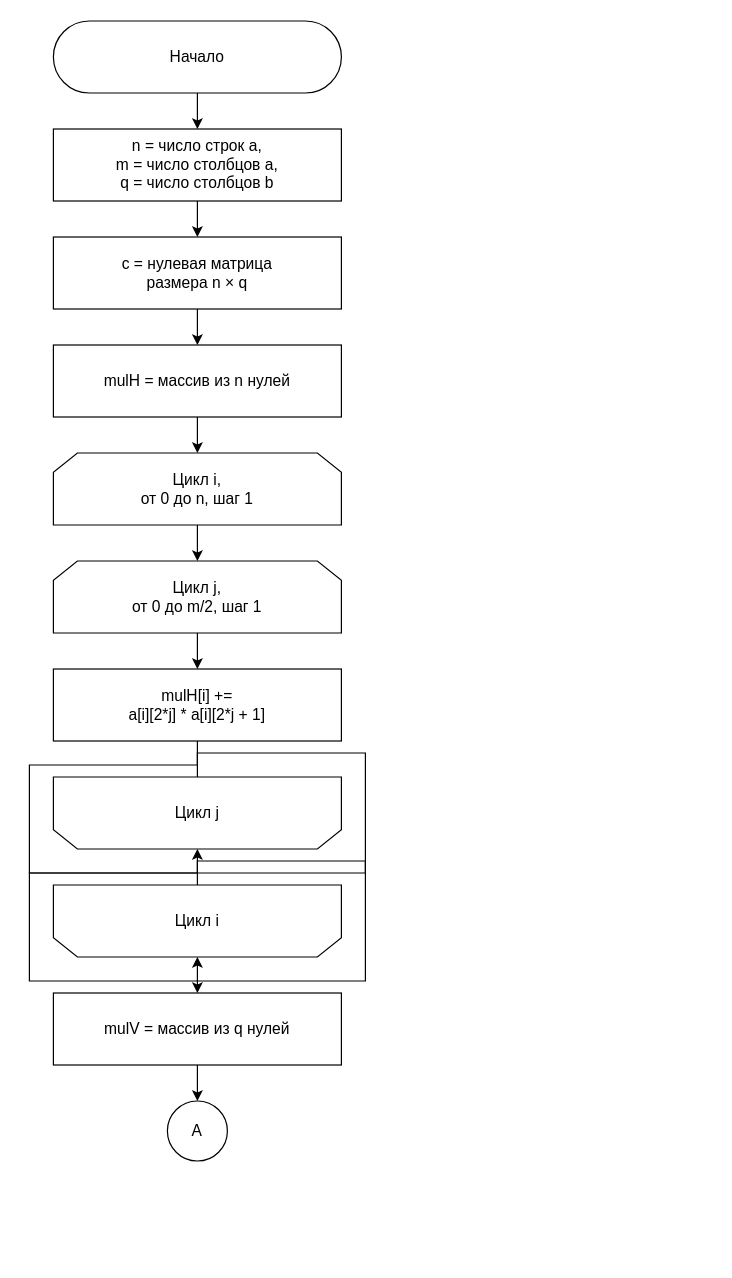
This is page "winograd-add-1" (6 of 9) of lab-02/report/algo.drawio from swilldi/bmstu-sem5-algorithm-analysis, a draw.io file, before an edit. Source tidied: cells renumbered, new cells numbered last; positions are measured from the earlier drawing's top-left corner, leaving out a move shared by most shapes. Both pictures are drawn from the tidied source at 120%, with x=0, y=0 at pixel (53, 20).
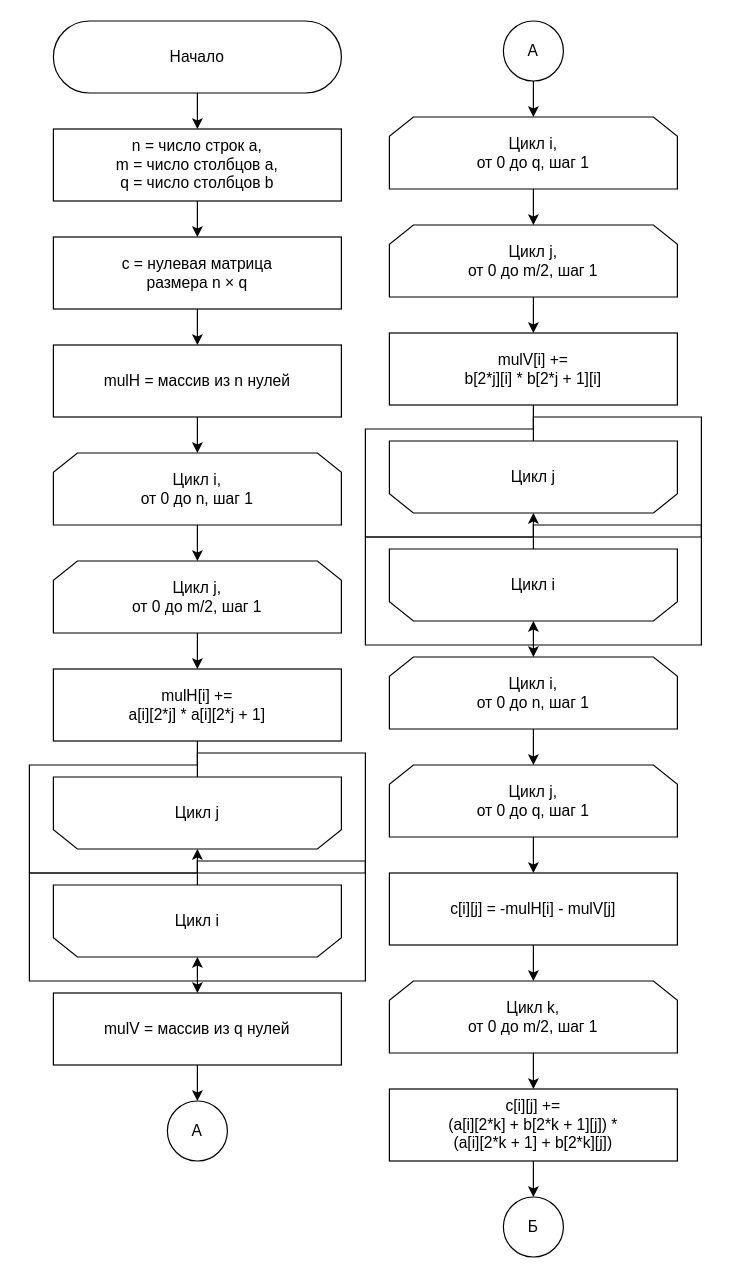
The same diagram, later.

What changed in the source:
```diff
@@
+    <mxCell id="23" value="А" style="ellipse;whiteSpace=wrap;html=1;fontSize=13;" parent="1" vertex="1">
+      <mxGeometry x="375" width="50" height="50" as="geometry" />
+    </mxCell>
+    <mxCell id="24" value="&lt;div&gt;Цикл i,&lt;/div&gt;&lt;div&gt;от 0 до q, шаг 1&lt;/div&gt;" style="shape=loopLimit;whiteSpace=wrap;html=1;fontSize=13;" parent="1" vertex="1">
+      <mxGeometry x="280" y="80" width="240" height="60" as="geometry" />
+    </mxCell>
+    <mxCell id="25" style="edgeStyle=orthogonalEdgeStyle;rounded=0;jettySize=auto;html=1;fontSize=13;entryX=0.5;entryY=0;entryDx=0;entryDy=0;" parent="1" edge="1" source="23" target="24">
+      <mxGeometry relative="1" as="geometry" />
+    </mxCell>
+    <mxCell id="26" value="&lt;div&gt;Цикл j,&lt;/div&gt;&lt;div&gt;от 0 до m/2, шаг 1&lt;/div&gt;" style="shape=loopLimit;whiteSpace=wrap;html=1;fontSize=13;" parent="1" vertex="1">
+      <mxGeometry x="280" y="170" width="240" height="60" as="geometry" />
+    </mxCell>
+    <mxCell id="27" style="edgeStyle=orthogonalEdgeStyle;rounded=0;jettySize=auto;html=1;fontSize=13;entryX=0.5;entryY=0;entryDx=0;entryDy=0;" parent="1" edge="1" source="24" target="26">
+      <mxGeometry relative="1" as="geometry" />
+    </mxCell>
+    <mxCell id="28" value="mulV[i] +=&lt;br&gt;b[2*j][i] * b[2*j + 1][i]" style="whiteSpace=wrap;html=1;fontSize=13;" parent="1" vertex="1">
+      <mxGeometry x="280" y="260" width="240" height="60" as="geometry" />
+    </mxCell>
+    <mxCell id="29" style="edgeStyle=orthogonalEdgeStyle;rounded=0;jettySize=auto;html=1;fontSize=13;entryX=0.5;entryY=0;entryDx=0;entryDy=0;" parent="1" edge="1" source="26" target="28">
+      <mxGeometry relative="1" as="geometry" />
+    </mxCell>
+    <mxCell id="30" value="Цикл j" style="shape=loopLimit;whiteSpace=wrap;html=1;fontSize=13;flipV=1;legacyAnchorPoints=0;" parent="1" vertex="1">
+      <mxGeometry x="280" y="350" width="240" height="60" as="geometry" />
+    </mxCell>
+    <mxCell id="31" style="edgeStyle=orthogonalEdgeStyle;rounded=0;jettySize=auto;html=1;fontSize=13;entryX=0.5;entryY=1;entryDx=0;entryDy=0;" parent="1" edge="1" source="28" target="30">
+      <mxGeometry relative="1" as="geometry" />
+    </mxCell>
+    <mxCell id="32" value="Цикл i" style="shape=loopLimit;whiteSpace=wrap;html=1;fontSize=13;flipV=1;legacyAnchorPoints=0;" parent="1" vertex="1">
+      <mxGeometry x="280" y="440" width="240" height="60" as="geometry" />
+    </mxCell>
+    <mxCell id="33" style="edgeStyle=orthogonalEdgeStyle;rounded=0;jettySize=auto;html=1;fontSize=13;entryX=0.5;entryY=1;entryDx=0;entryDy=0;exitX=0.5;exitY=0;exitDx=0;exitDy=0;" parent="1" edge="1" source="30" target="32">
+      <mxGeometry relative="1" as="geometry" />
+    </mxCell>
+    <mxCell id="34" value="&lt;div&gt;Цикл i,&lt;/div&gt;&lt;div&gt;от 0 до n, шаг 1&lt;/div&gt;" style="shape=loopLimit;whiteSpace=wrap;html=1;fontSize=13;" parent="1" vertex="1">
+      <mxGeometry x="280" y="530" width="240" height="60" as="geometry" />
+    </mxCell>
+    <mxCell id="35" style="edgeStyle=orthogonalEdgeStyle;rounded=0;jettySize=auto;html=1;fontSize=13;entryX=0.5;entryY=0;entryDx=0;entryDy=0;exitX=0.5;exitY=0;exitDx=0;exitDy=0;" parent="1" edge="1" source="32" target="34">
+      <mxGeometry relative="1" as="geometry" />
+    </mxCell>
+    <mxCell id="36" value="&lt;div&gt;Цикл j,&lt;/div&gt;&lt;div&gt;от 0 до q, шаг 1&lt;/div&gt;" style="shape=loopLimit;whiteSpace=wrap;html=1;fontSize=13;" parent="1" vertex="1">
+      <mxGeometry x="280" y="620" width="240" height="60" as="geometry" />
+    </mxCell>
+    <mxCell id="37" style="edgeStyle=orthogonalEdgeStyle;rounded=0;jettySize=auto;html=1;fontSize=13;entryX=0.5;entryY=0;entryDx=0;entryDy=0;" parent="1" edge="1" source="34" target="36">
+      <mxGeometry relative="1" as="geometry" />
+    </mxCell>
+    <mxCell id="38" value="c[i][j] = -mulH[i] - mulV[j]" style="whiteSpace=wrap;html=1;fontSize=13;" parent="1" vertex="1">
+      <mxGeometry x="280" y="710" width="240" height="60" as="geometry" />
+    </mxCell>
+    <mxCell id="39" style="edgeStyle=orthogonalEdgeStyle;rounded=0;jettySize=auto;html=1;fontSize=13;entryX=0.5;entryY=0;entryDx=0;entryDy=0;" parent="1" edge="1" source="36" target="38">
+      <mxGeometry relative="1" as="geometry" />
+    </mxCell>
+    <mxCell id="40" value="&lt;div&gt;Цикл k,&lt;/div&gt;&lt;div&gt;от 0 до m/2, шаг 1&lt;/div&gt;" style="shape=loopLimit;whiteSpace=wrap;html=1;fontSize=13;" parent="1" vertex="1">
+      <mxGeometry x="280" y="800" width="240" height="60" as="geometry" />
+    </mxCell>
+    <mxCell id="41" style="edgeStyle=orthogonalEdgeStyle;rounded=0;jettySize=auto;html=1;fontSize=13;entryX=0.5;entryY=0;entryDx=0;entryDy=0;" parent="1" edge="1" source="38" target="40">
+      <mxGeometry relative="1" as="geometry" />
+    </mxCell>
+    <mxCell id="42" value="c[i][j] +=&lt;br&gt;(a[i][2*k] + b[2*k + 1][j]) *&lt;br&gt;(a[i][2*k + 1] + b[2*k][j])" style="whiteSpace=wrap;html=1;fontSize=13;" parent="1" vertex="1">
+      <mxGeometry x="280" y="890" width="240" height="60" as="geometry" />
+    </mxCell>
+    <mxCell id="43" style="edgeStyle=orthogonalEdgeStyle;rounded=0;jettySize=auto;html=1;fontSize=13;entryX=0.5;entryY=0;entryDx=0;entryDy=0;" parent="1" edge="1" source="40" target="42">
+      <mxGeometry relative="1" as="geometry" />
+    </mxCell>
+    <mxCell id="44" value="Б" style="ellipse;whiteSpace=wrap;html=1;fontSize=13;" parent="1" vertex="1">
+      <mxGeometry x="375" y="980" width="50" height="50" as="geometry" />
+    </mxCell>
+    <mxCell id="45" style="edgeStyle=orthogonalEdgeStyle;rounded=0;jettySize=auto;html=1;fontSize=13;entryX=0.5;entryY=0;entryDx=0;entryDy=0;" parent="1" edge="1" source="42" target="44">
+      <mxGeometry relative="1" as="geometry" />
+    </mxCell>
```
